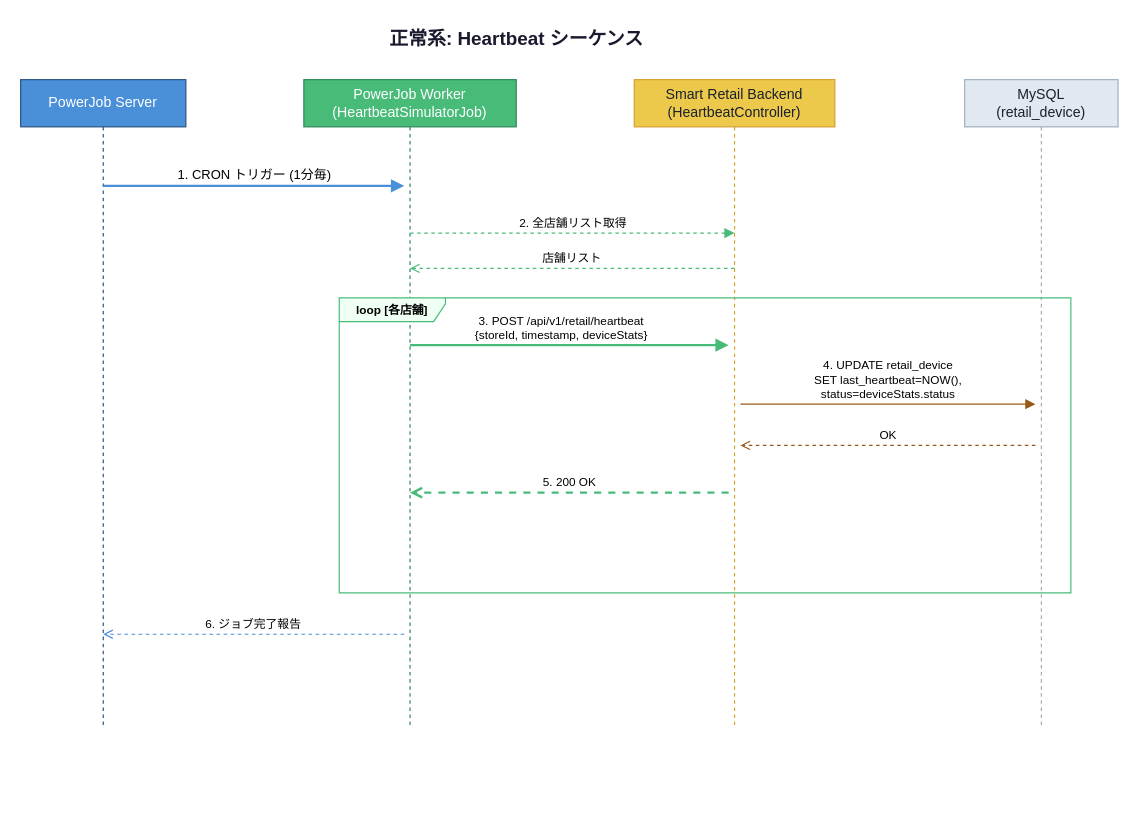
Before: page "1. 正常系 Heartbeat" (2 of 6) of docs/adr/ADR-004-PowerJob-sequence.drawio in jasonw-lab/smart-retail, a draw.io diagram. Source tidied: cells renumbered, new cells numbered last; positions are measured from the earlier drawing's top-left corner, leaving out a move shared by most shapes. Both pictures are drawn from the tidied source at 118%, with x=0, y=0 at pixel (20, 20).
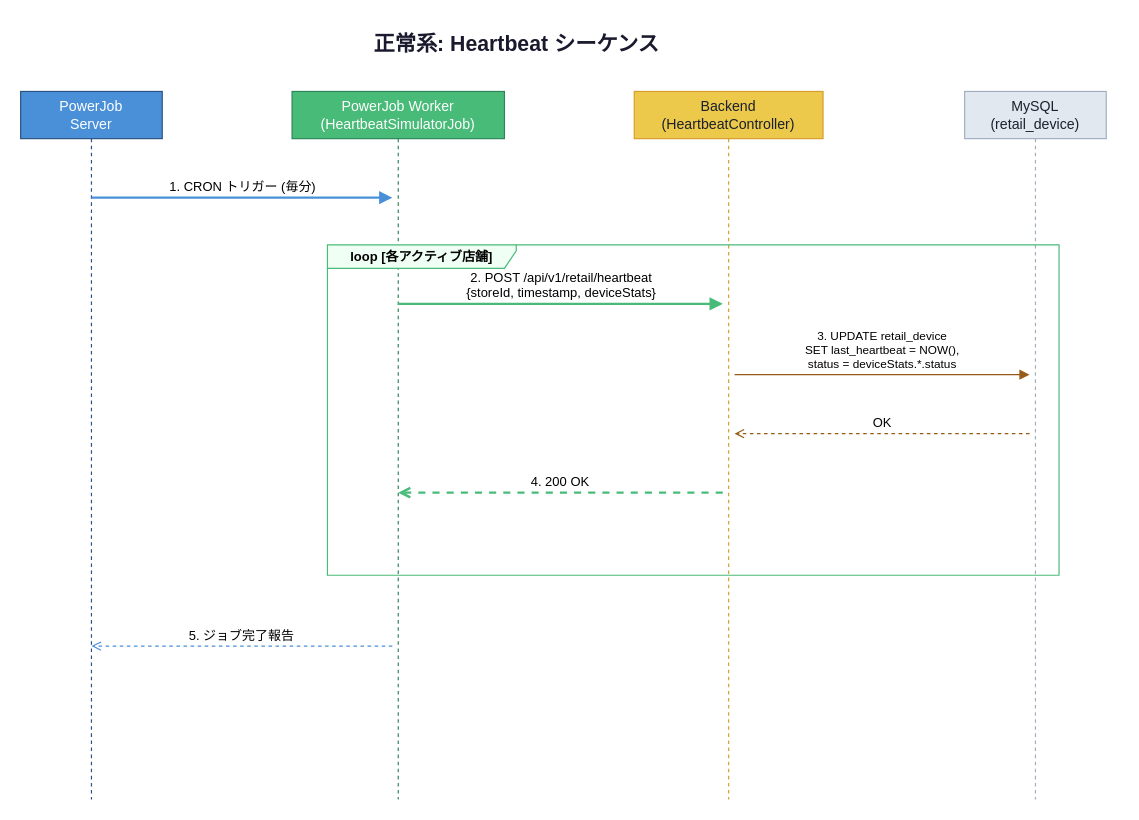
The same page after the edit.

What changed in the source:
```diff
@@
-    <mxCell id="2" value="正常系: Heartbeat シーケンス" style="text;html=1;align=center;verticalAlign=middle;fontSize=16;fontStyle=1;fontColor=#1a1a2e;" parent="1" vertex="1">
-      <mxGeometry x="270" width="300" height="30" as="geometry" />
+    <mxCell id="2" value="正常系: Heartbeat シーケンス" style="text;html=1;align=center;verticalAlign=middle;fontSize=18;fontStyle=1;fontColor=#1a1a2e;" parent="1" vertex="1">
+      <mxGeometry x="250" y="5" width="340" height="30" as="geometry" />
     </mxCell>
-    <mxCell id="3" value="PowerJob Server" style="shape=umlLifeline;perimeter=lifelinePerimeter;whiteSpace=wrap;html=1;fillColor=#4a90d9;fontColor=#fff;strokeColor=#2c5282;size=40;" parent="1" vertex="1">
-      <mxGeometry y="50" width="140" height="550" as="geometry" />
+    <mxCell id="3" value="PowerJob&#10;Server" style="shape=umlLifeline;perimeter=lifelinePerimeter;whiteSpace=wrap;html=1;fillColor=#4a90d9;fontColor=#ffffff;strokeColor=#2c5282;size=40;" parent="1" vertex="1">
+      <mxGeometry y="60" width="120" height="600" as="geometry" />
     </mxCell>
-    <mxCell id="4" value="PowerJob Worker&#10;(HeartbeatSimulatorJob)" style="shape=umlLifeline;perimeter=lifelinePerimeter;whiteSpace=wrap;html=1;fillColor=#48bb78;fontColor=#fff;strokeColor=#2f855a;size=40;" parent="1" vertex="1">
-      <mxGeometry x="240" y="50" width="180" height="550" as="geometry" />
+    <mxCell id="4" value="PowerJob Worker&#10;(HeartbeatSimulatorJob)" style="shape=umlLifeline;perimeter=lifelinePerimeter;whiteSpace=wrap;html=1;fillColor=#48bb78;fontColor=#ffffff;strokeColor=#2f855a;size=40;" parent="1" vertex="1">
+      <mxGeometry x="230" y="60" width="180" height="600" as="geometry" />
     </mxCell>
-    <mxCell id="5" value="Smart Retail Backend&#10;(HeartbeatController)" style="shape=umlLifeline;perimeter=lifelinePerimeter;whiteSpace=wrap;html=1;fillColor=#ecc94b;fontColor=#1a202c;strokeColor=#d69e2e;size=40;" parent="1" vertex="1">
-      <mxGeometry x="520" y="50" width="170" height="550" as="geometry" />
-    </mxCell>
+    <mxCell id="16" value="Backend&#10;(HeartbeatController)" style="shape=umlLifeline;perimeter=lifelinePerimeter;whiteSpace=wrap;html=1;fillColor=#ecc94b;fontColor=#1a202c;strokeColor=#d69e2e;size=40;" parent="1" vertex="1">
+      <mxGeometry x="520" y="60" width="160" height="600" as="geometry" />
+    </mxCell>
     <mxCell id="6" value="MySQL&#10;(retail_device)" style="shape=umlLifeline;perimeter=lifelinePerimeter;whiteSpace=wrap;html=1;fillColor=#e2e8f0;fontColor=#1a202c;strokeColor=#a0aec0;size=40;" parent="1" vertex="1">
-      <mxGeometry x="800" y="50" width="130" height="550" as="geometry" />
+      <mxGeometry x="800" y="60" width="120" height="600" as="geometry" />
     </mxCell>
-    <mxCell id="7" value="1. CRON トリガー (1分毎)" style="html=1;verticalAlign=bottom;endArrow=block;entryX=0;entryY=0;exitX=1;exitY=0;strokeColor=#4a90d9;strokeWidth=2;fontSize=11;" parent="1" edge="1">
-      <mxGeometry relative="1" as="geometry">
-        <mxPoint x="70" y="140" as="sourcePoint" />
-        <mxPoint x="325" y="140" as="targetPoint" />
-      </mxGeometry>
-    </mxCell>
-    <mxCell id="8" value="2. 全店舗リスト取得" style="html=1;verticalAlign=bottom;endArrow=block;strokeColor=#48bb78;strokeWidth=1;fontSize=10;dashed=1;" parent="1" edge="1">
-      <mxGeometry relative="1" as="geometry">
-        <mxPoint x="330" y="180" as="sourcePoint" />
-        <mxPoint x="605" y="180" as="targetPoint" />
-      </mxGeometry>
-    </mxCell>
-    <mxCell id="9" value="店舗リスト" style="html=1;verticalAlign=bottom;endArrow=open;dashed=1;strokeColor=#48bb78;strokeWidth=1;fontSize=10;" parent="1" edge="1">
-      <mxGeometry relative="1" as="geometry">
-        <mxPoint x="605" y="210" as="sourcePoint" />
-        <mxPoint x="330" y="210" as="targetPoint" />
-      </mxGeometry>
-    </mxCell>
-    <mxCell id="10" value="loop [各店舗]" style="shape=umlFrame;whiteSpace=wrap;html=1;width=90;height=20;fillColor=#f0fff4;strokeColor=#48bb78;fontStyle=1;fontSize=10;" parent="1" vertex="1">
-      <mxGeometry x="270" y="235" width="620" height="250" as="geometry" />
-    </mxCell>
-    <mxCell id="11" value="3. POST /api/v1/retail/heartbeat&#10;{storeId, timestamp, deviceStats}" style="html=1;verticalAlign=bottom;endArrow=block;strokeColor=#48bb78;strokeWidth=2;fontSize=10;" parent="1" edge="1">
-      <mxGeometry x="-0.05" relative="1" as="geometry">
-        <mxPoint x="330" y="275" as="sourcePoint" />
-        <mxPoint x="600" y="275" as="targetPoint" />
-      </mxGeometry>
-    </mxCell>
-    <mxCell id="12" value="4. UPDATE retail_device&#10;SET last_heartbeat=NOW(),&#10;status=deviceStats.status" style="html=1;verticalAlign=bottom;endArrow=block;strokeColor=#975a16;strokeWidth=1;fontSize=10;" parent="1" edge="1">
-      <mxGeometry relative="1" as="geometry">
-        <mxPoint x="610" y="325" as="sourcePoint" />
-        <mxPoint x="860" y="325" as="targetPoint" />
-      </mxGeometry>
-    </mxCell>
+    <mxCell id="17" value="1. CRON トリガー (毎分)" style="html=1;verticalAlign=bottom;endArrow=block;strokeColor=#4a90d9;strokeWidth=2;fontSize=11;" parent="1" edge="1">
+      <mxGeometry relative="1" as="geometry">
+        <mxPoint x="60" y="150" as="sourcePoint" />
+        <mxPoint x="315" y="150" as="targetPoint" />
+      </mxGeometry>
+    </mxCell>
+    <mxCell id="18" value="loop [各アクティブ店舗]" style="shape=umlFrame;whiteSpace=wrap;html=1;width=160;height=20;fillColor=#f0fff4;strokeColor=#48bb78;fontStyle=1;fontSize=11;" parent="1" vertex="1">
+      <mxGeometry x="260" y="190" width="620" height="280" as="geometry" />
+    </mxCell>
+    <mxCell id="19" value="2. POST /api/v1/retail/heartbeat&#10;{storeId, timestamp, deviceStats}" style="html=1;verticalAlign=bottom;endArrow=block;strokeColor=#48bb78;strokeWidth=2;fontSize=11;" parent="1" edge="1">
+      <mxGeometry relative="1" as="geometry">
+        <mxPoint x="320" y="240" as="sourcePoint" />
+        <mxPoint x="595" y="240" as="targetPoint" />
+      </mxGeometry>
+    </mxCell>
+    <mxCell id="20" value="3. UPDATE retail_device&#10;SET last_heartbeat = NOW(),&#10;    status = deviceStats.*.status" style="html=1;verticalAlign=bottom;endArrow=block;strokeColor=#975a16;strokeWidth=1;fontSize=10;" parent="1" edge="1">
+      <mxGeometry relative="1" as="geometry">
+        <mxPoint x="605" y="300" as="sourcePoint" />
+        <mxPoint x="855" y="300" as="targetPoint" />
+      </mxGeometry>
+    </mxCell>
-    <mxCell id="13" value="OK" style="html=1;verticalAlign=bottom;endArrow=open;dashed=1;strokeColor=#975a16;strokeWidth=1;fontSize=10;" parent="1" edge="1">
+    <mxCell id="13" value="OK" style="html=1;verticalAlign=bottom;endArrow=open;dashed=1;strokeColor=#975a16;strokeWidth=1;fontSize=11;" parent="1" edge="1">
       <mxGeometry relative="1" as="geometry">
-        <mxPoint x="860" y="360" as="sourcePoint" />
-        <mxPoint x="610" y="360" as="targetPoint" />
+        <mxPoint x="855" y="350" as="sourcePoint" />
+        <mxPoint x="605" y="350" as="targetPoint" />
       </mxGeometry>
     </mxCell>
-    <mxCell id="14" value="5. 200 OK" style="html=1;verticalAlign=bottom;endArrow=open;dashed=1;strokeColor=#48bb78;strokeWidth=2;fontSize=10;" parent="1" edge="1">
-      <mxGeometry relative="1" as="geometry">
-        <mxPoint x="600" y="400" as="sourcePoint" />
-        <mxPoint x="330" y="400" as="targetPoint" />
-      </mxGeometry>
-    </mxCell>
-    <mxCell id="15" value="6. ジョブ完了報告" style="html=1;verticalAlign=bottom;endArrow=open;dashed=1;strokeColor=#4a90d9;strokeWidth=1;fontSize=10;" parent="1" edge="1">
-      <mxGeometry relative="1" as="geometry">
-        <mxPoint x="325" y="520" as="sourcePoint" />
-        <mxPoint x="70" y="520" as="targetPoint" />
-      </mxGeometry>
-    </mxCell>
+    <mxCell id="21" value="4. 200 OK" style="html=1;verticalAlign=bottom;endArrow=open;dashed=1;strokeColor=#48bb78;strokeWidth=2;fontSize=11;" parent="1" edge="1">
+      <mxGeometry relative="1" as="geometry">
+        <mxPoint x="595" y="400" as="sourcePoint" />
+        <mxPoint x="320" y="400" as="targetPoint" />
+      </mxGeometry>
+    </mxCell>
+    <mxCell id="22" value="5. ジョブ完了報告" style="html=1;verticalAlign=bottom;endArrow=open;dashed=1;strokeColor=#4a90d9;strokeWidth=1;fontSize=11;" parent="1" edge="1">
+      <mxGeometry relative="1" as="geometry">
+        <mxPoint x="315" y="530" as="sourcePoint" />
+        <mxPoint x="60" y="530" as="targetPoint" />
+      </mxGeometry>
+    </mxCell>
```
